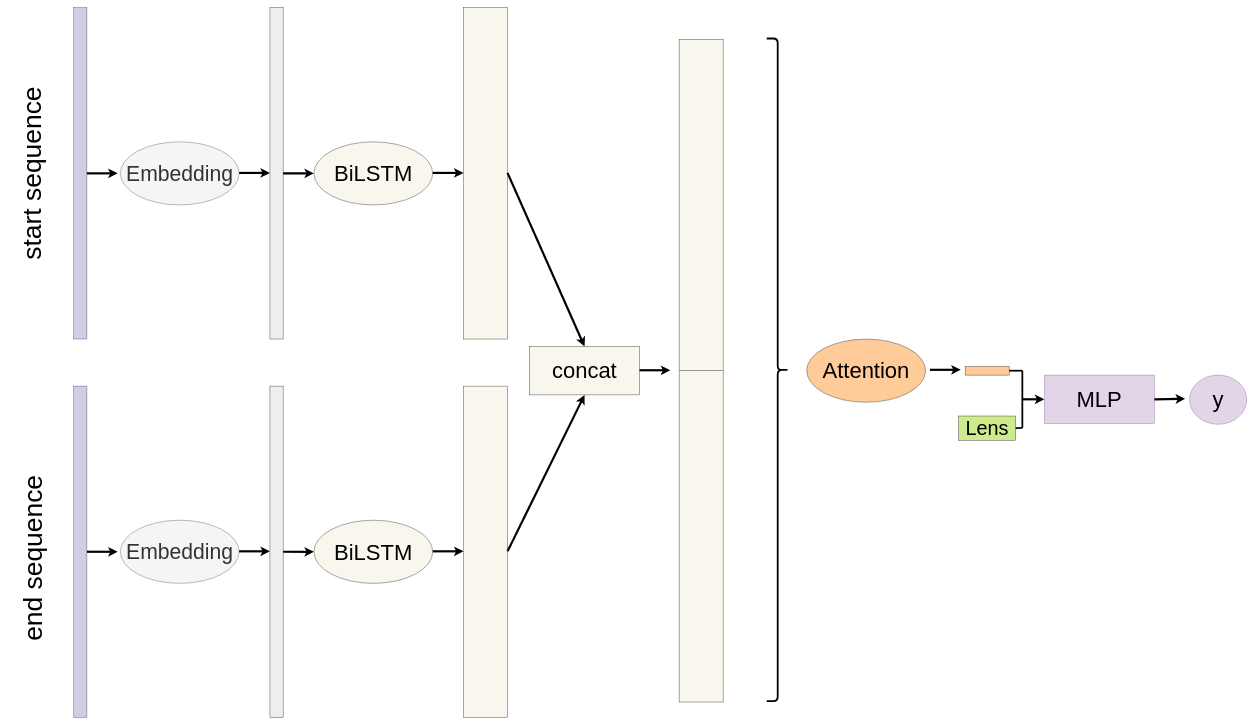
Above: page "AttnBiLSTM" (5 of 6) of visualizations/ch4-methods/visualizations.drawio in arnegebert/splicing (draw.io), before the change. Source tidied: cells renumbered, new cells numbered last; positions are measured from the earlier drawing's top-left corner, leaving out a move shared by most shapes. Both pictures are drawn from the tidied source at 44%, with x=0, y=0 at pixel (-103, 7).
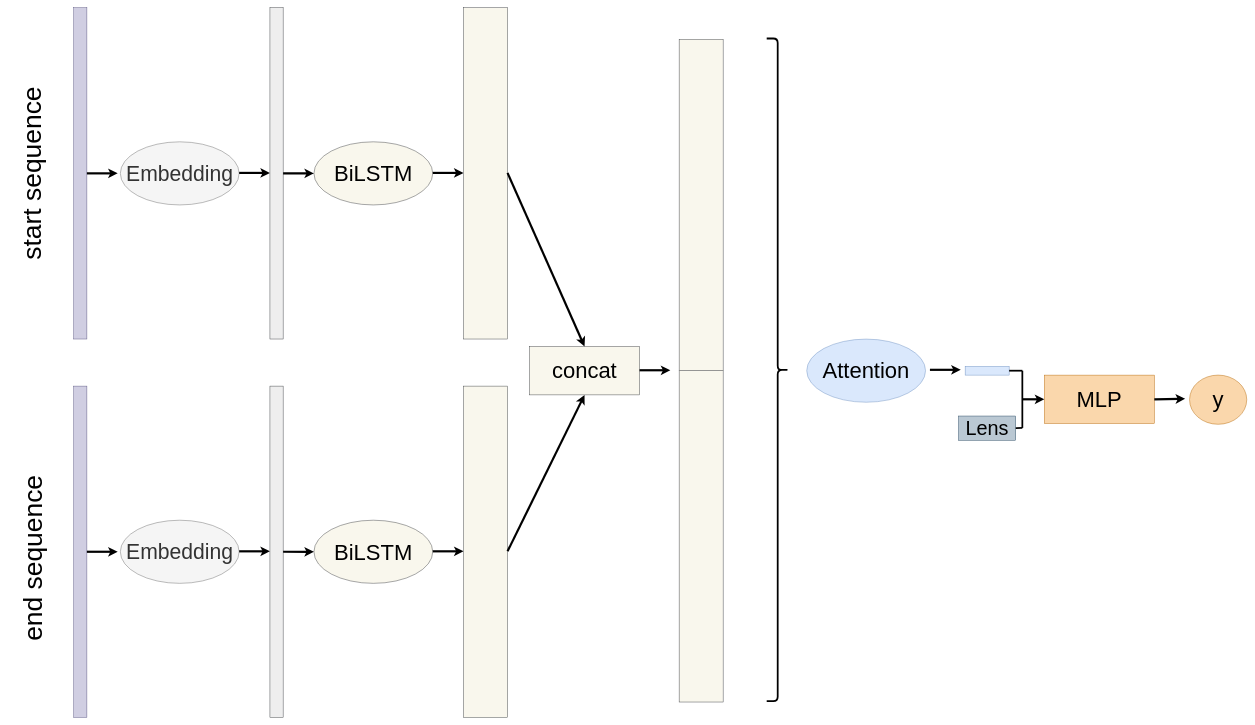
After the change.

Diff of the diagram source:
```diff
@@
-    <mxCell id="26" value="&lt;span style=&quot;font-size: 50px&quot;&gt;Attention&lt;br&gt;&lt;/span&gt;" style="ellipse;whiteSpace=wrap;html=1;fillColor=#ffcc99;strokeColor=#36393d;" parent="1" vertex="1">
+    <mxCell id="26" value="&lt;span style=&quot;font-size: 50px&quot;&gt;Attention&lt;br&gt;&lt;/span&gt;" style="ellipse;whiteSpace=wrap;html=1;fillColor=#dae8fc;strokeColor=#6c8ebf;" parent="1" vertex="1">
       <mxGeometry x="2066" y="753.2" width="270" height="143.5" as="geometry" />
     </mxCell>
-    <mxCell id="27" style="rounded=0;whiteSpace=wrap;html=1;direction=south;fillColor=#ffcc99;strokeColor=#36393d;" parent="1" vertex="1">
+    <mxCell id="27" style="rounded=0;whiteSpace=wrap;html=1;direction=south;fillColor=#dae8fc;strokeColor=#6c8ebf;" parent="1" vertex="1">
       <mxGeometry x="2426" y="815" width="100" height="20" as="geometry" />
     </mxCell>
@@
-    <mxCell id="29" value="&lt;font style=&quot;font-size: 45px&quot;&gt;Lens&lt;/font&gt;" style="rounded=0;whiteSpace=wrap;html=1;direction=south;fillColor=#cdeb8b;strokeColor=#36393d;" parent="1" vertex="1">
+    <mxCell id="29" value="&lt;font style=&quot;font-size: 45px&quot;&gt;Lens&lt;/font&gt;" style="rounded=0;whiteSpace=wrap;html=1;direction=south;fillColor=#bac8d3;strokeColor=#23445d;" parent="1" vertex="1">
       <mxGeometry x="2411" y="928" width="130" height="55.2" as="geometry" />
     </mxCell>
-    <mxCell id="30" value="&lt;font style=&quot;font-size: 50px&quot;&gt;MLP&lt;/font&gt;" style="rounded=0;whiteSpace=wrap;html=1;fillColor=#e1d5e7;strokeColor=#9673a6;" parent="1" vertex="1">
+    <mxCell id="30" value="&lt;font style=&quot;font-size: 50px&quot;&gt;MLP&lt;/font&gt;" style="rounded=0;whiteSpace=wrap;html=1;fillColor=#fad7ac;strokeColor=#b46504;" parent="1" vertex="1">
       <mxGeometry x="2606" y="835" width="250" height="110" as="geometry" />
     </mxCell>
@@
-    <mxCell id="32" value="&lt;span style=&quot;font-size: 50px&quot;&gt;y&lt;br&gt;&lt;/span&gt;" style="ellipse;whiteSpace=wrap;html=1;fillColor=#e1d5e7;strokeColor=#9673a6;" parent="1" vertex="1">
+    <mxCell id="32" value="&lt;span style=&quot;font-size: 50px&quot;&gt;y&lt;br&gt;&lt;/span&gt;" style="ellipse;whiteSpace=wrap;html=1;fillColor=#fad7ac;strokeColor=#b46504;" parent="1" vertex="1">
       <mxGeometry x="2936" y="835" width="130" height="111.8" as="geometry" />
     </mxCell>
```
